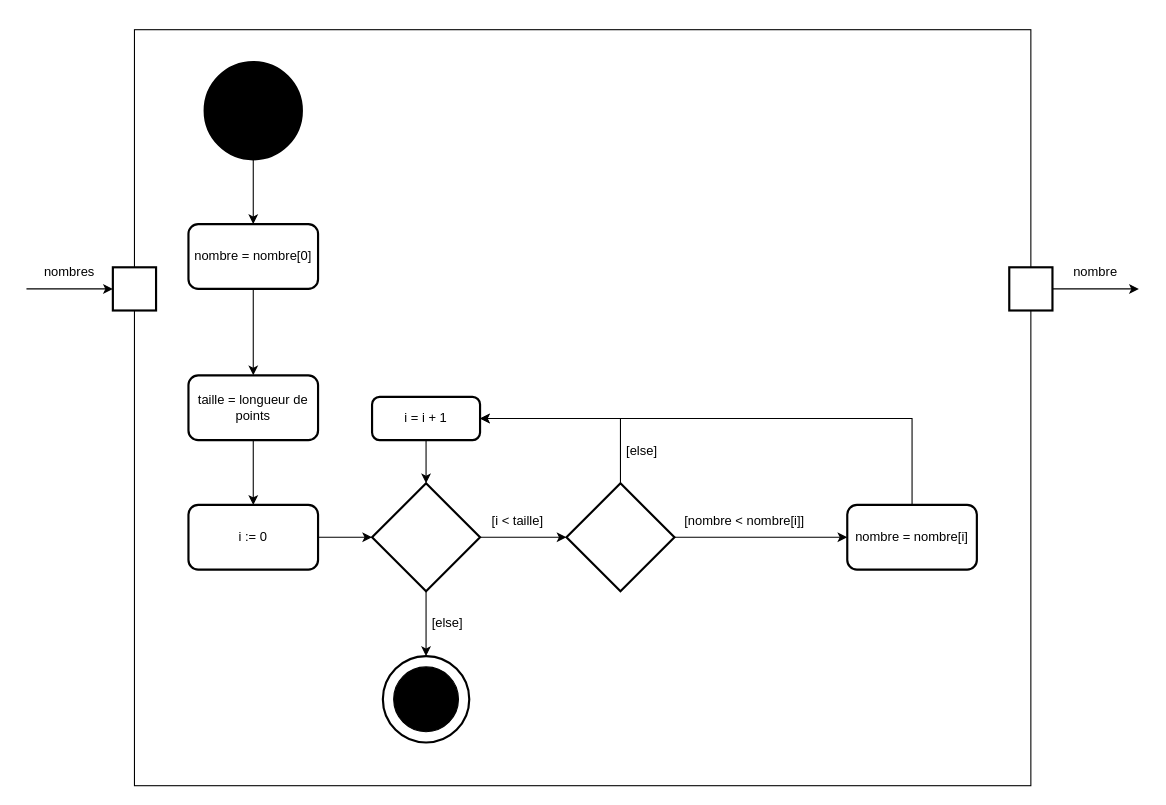
Before: report/UML/stats.max.drawio in cidit/udes.gro.correction-de-capteurs-limites, a draw.io diagram. Source tidied: cells renumbered, new cells numbered last; positions are measured from the earlier drawing's top-left corner, leaving out a move shared by most shapes. Both pictures are drawn from the tidied source at 108%, with x=0, y=0 at pixel (26, 29).
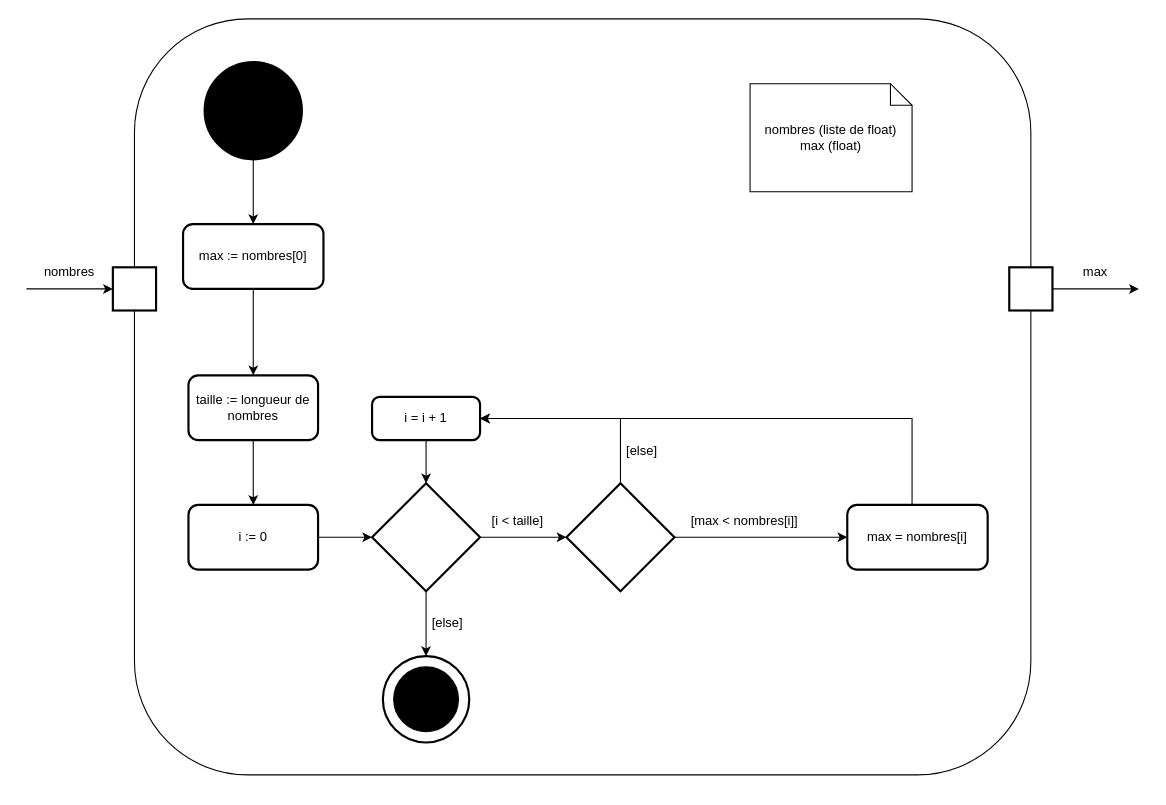
The same diagram, later.

What changed in the source:
```diff
@@
-    <mxCell id="2" style="rounded=0;whiteSpace=wrap;html=1;fillColor=none;" parent="1" vertex="1">
-      <mxGeometry x="100" width="830" height="700" as="geometry" />
-    </mxCell>
+    <mxCell id="34" style="rounded=1;whiteSpace=wrap;html=1;roundedPerimeter=1;" parent="1" vertex="1">
+      <mxGeometry x="100" y="-10" width="830" height="700" as="geometry" />
+    </mxCell>
@@
-    <mxCell id="6" value="nombre = nombre[0]" style="rounded=1;whiteSpace=wrap;html=1;strokeWidth=2;" parent="1" vertex="1">
-      <mxGeometry x="150" y="180" width="120" height="60" as="geometry" />
+    <mxCell id="6" value="max := nombres[0]" style="rounded=1;whiteSpace=wrap;html=1;strokeWidth=2;" parent="1" vertex="1">
+      <mxGeometry x="145" y="180" width="130" height="60" as="geometry" />
     </mxCell>
@@
-    <mxCell id="20" value="taille = longueur de points" style="whiteSpace=wrap;html=1;rounded=1;strokeWidth=2;" parent="1" vertex="1">
+    <mxCell id="20" value="taille := longueur de nombres" style="whiteSpace=wrap;html=1;rounded=1;strokeWidth=2;" parent="1" vertex="1">
       <mxGeometry x="150" y="320" width="120" height="60" as="geometry" />
     </mxCell>
@@
-    <mxCell id="29" value="nombre" style="text;html=1;whiteSpace=wrap;strokeColor=none;fillColor=none;align=center;verticalAlign=middle;rounded=0;" parent="1" vertex="1">
+    <mxCell id="29" value="max" style="text;html=1;whiteSpace=wrap;strokeColor=none;fillColor=none;align=center;verticalAlign=middle;rounded=0;" parent="1" vertex="1">
       <mxGeometry x="960" y="210" width="60" height="30" as="geometry" />
     </mxCell>
@@
-    <mxCell id="32" value="nombre = nombre[i]" style="rounded=1;whiteSpace=wrap;html=1;strokeWidth=2;" parent="1" vertex="1">
-      <mxGeometry x="760" y="440" width="120" height="60" as="geometry" />
+    <mxCell id="32" value="max = nombres[i]" style="rounded=1;whiteSpace=wrap;html=1;strokeWidth=2;" parent="1" vertex="1">
+      <mxGeometry x="760" y="440" width="130" height="60" as="geometry" />
     </mxCell>
-    <mxCell id="33" value="[nombre &amp;lt; nombre[i]]" style="text;html=1;whiteSpace=wrap;strokeColor=none;fillColor=none;align=center;verticalAlign=middle;rounded=0;" parent="1" vertex="1">
+    <mxCell id="33" value="[max &amp;lt; nombres[i]]" style="text;html=1;whiteSpace=wrap;strokeColor=none;fillColor=none;align=center;verticalAlign=middle;rounded=0;" parent="1" vertex="1">
       <mxGeometry x="600" y="440" width="130" height="30" as="geometry" />
     </mxCell>
+    <mxCell id="35" value="nombres (liste de float)&lt;div&gt;max (float)&lt;/div&gt;" style="shape=note;size=20;whiteSpace=wrap;html=1;" parent="1" vertex="1">
+      <mxGeometry x="670" y="50" width="150" height="100" as="geometry" />
+    </mxCell>
```
